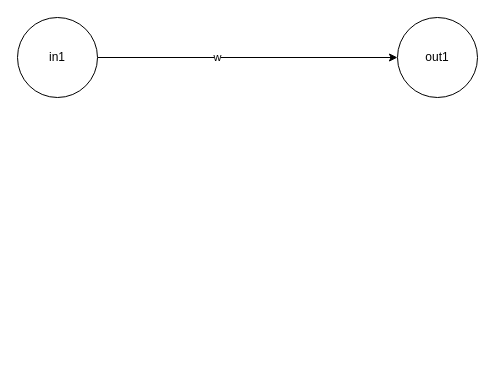
Earlier version of the draw.io diagram NN.drawio (chavp/data-modeling). Source tidied: cells renumbered, new cells numbered last; positions are measured from the earlier drawing's top-left corner, leaving out a move shared by most shapes. Both pictures are drawn from the tidied source at 100%, with x=0, y=0 at pixel (17, 17).
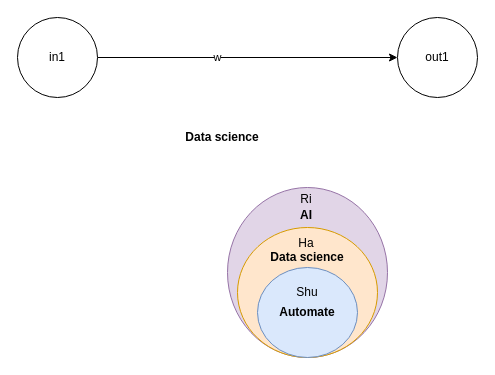
The same diagram, later.

The edit, as a diff of the source:
```diff
@@
 <mxGraphModel>
   <root>
     <mxCell id="0" />
     <mxCell id="1" parent="0" />
     <mxCell id="2" style="edgeStyle=orthogonalEdgeStyle;rounded=0;jettySize=auto;html=1;exitX=1;exitY=0.5;exitDx=0;exitDy=0;" parent="1" edge="1" source="4" target="5">
       <mxGeometry relative="1" as="geometry" />
     </mxCell>
     <mxCell id="3" value="w" style="edgeLabel;html=1;align=center;verticalAlign=middle;" parent="2" vertex="1">
       <mxGeometry x="-0.21" y="1" relative="1" as="geometry" />
     </mxCell>
     <mxCell id="4" value="in1" style="ellipse;whiteSpace=wrap;html=1;" parent="1" vertex="1">
       <mxGeometry width="80" height="80" as="geometry" />
     </mxCell>
     <mxCell id="5" value="out1" style="ellipse;whiteSpace=wrap;html=1;" parent="1" vertex="1">
       <mxGeometry x="380" width="80" height="80" as="geometry" />
     </mxCell>
+    <mxCell id="6" style="ellipse;whiteSpace=wrap;html=1;fillColor=#e1d5e7;strokeColor=#9673a6;" parent="1" vertex="1">
+      <mxGeometry x="210" y="170" width="160" height="170" as="geometry" />
+    </mxCell>
+    <mxCell id="7" value="Data science" style="text;html=1;strokeColor=none;fillColor=none;align=center;verticalAlign=middle;whiteSpace=wrap;rounded=0;fontStyle=1;" parent="1" vertex="1">
+      <mxGeometry x="160" y="110" width="90" height="20" as="geometry" />
+    </mxCell>
+    <mxCell id="8" value="AI" style="text;html=1;strokeColor=none;fillColor=none;align=center;verticalAlign=middle;whiteSpace=wrap;rounded=0;fontStyle=1;" parent="1" vertex="1">
+      <mxGeometry x="269" y="188" width="40" height="20" as="geometry" />
+    </mxCell>
+    <mxCell id="9" style="ellipse;whiteSpace=wrap;html=1;fillColor=#ffe6cc;strokeColor=#d79b00;" parent="1" vertex="1">
+      <mxGeometry x="220" y="210" width="140" height="130" as="geometry" />
+    </mxCell>
+    <mxCell id="10" value="Data science" style="text;html=1;strokeColor=none;fillColor=none;align=center;verticalAlign=middle;whiteSpace=wrap;rounded=0;fontStyle=1;" parent="1" vertex="1">
+      <mxGeometry x="245" y="230" width="90" height="20" as="geometry" />
+    </mxCell>
+    <mxCell id="11" value="Automate" style="ellipse;whiteSpace=wrap;html=1;fillColor=#dae8fc;strokeColor=#6c8ebf;fontStyle=1;" parent="1" vertex="1">
+      <mxGeometry x="240" y="250" width="100" height="90" as="geometry" />
+    </mxCell>
+    <mxCell id="12" value="Shu" style="text;html=1;strokeColor=none;fillColor=none;align=center;verticalAlign=middle;whiteSpace=wrap;rounded=0;" parent="1" vertex="1">
+      <mxGeometry x="270" y="265" width="40" height="20" as="geometry" />
+    </mxCell>
+    <mxCell id="13" value="Ha" style="text;html=1;strokeColor=none;fillColor=none;align=center;verticalAlign=middle;whiteSpace=wrap;rounded=0;" parent="1" vertex="1">
+      <mxGeometry x="269" y="216" width="40" height="20" as="geometry" />
+    </mxCell>
+    <mxCell id="14" value="Ri" style="text;html=1;strokeColor=none;fillColor=none;align=center;verticalAlign=middle;whiteSpace=wrap;rounded=0;" parent="1" vertex="1">
+      <mxGeometry x="269" y="172" width="40" height="20" as="geometry" />
+    </mxCell>
   </root>
 </mxGraphModel>
```
